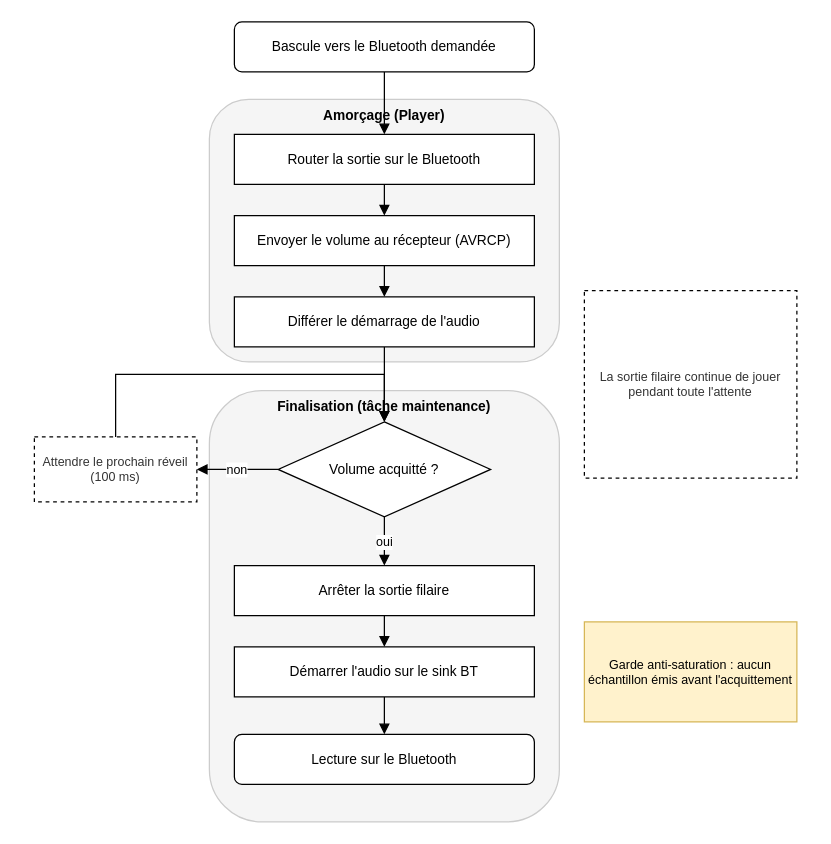
Above: assets/figures/Bascule_bluetooth.drawio in dossantosyann/TB2026-YDS-Report (draw.io), before the change. Source tidied: cells renumbered, new cells numbered last; positions are measured from the earlier drawing's top-left corner, leaving out a move shared by most shapes. Both pictures are drawn from the tidied source at 125%, with x=0, y=0 at pixel (34, 21).
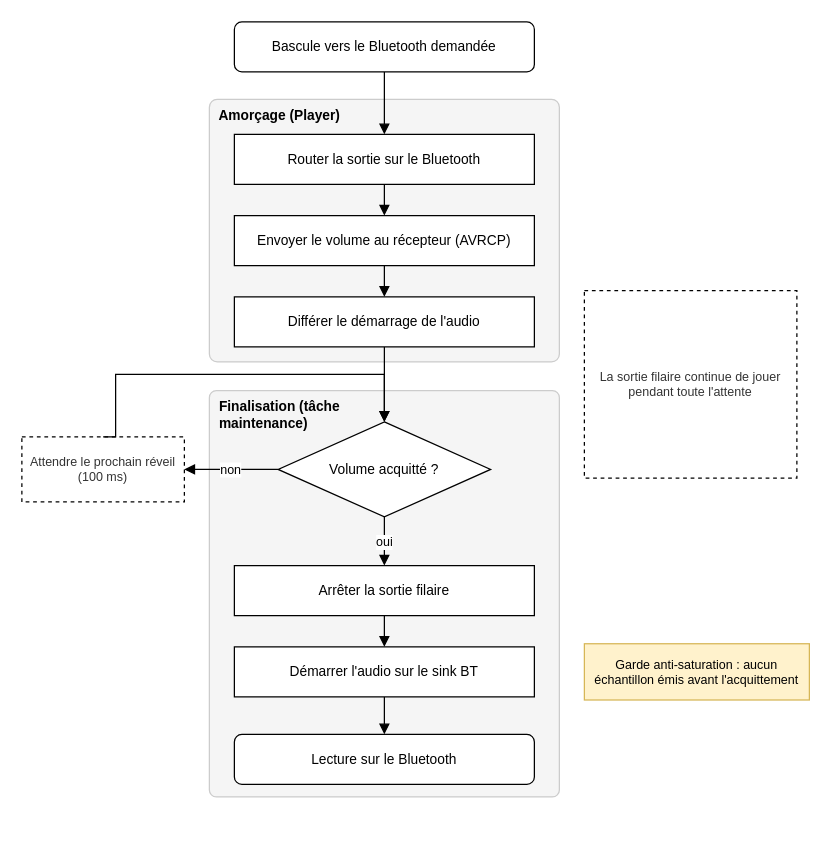
Above is the later version.

Commit message:
Mettre à jour Bascule_bluetooth.drawio

Diff of the diagram source:
```diff
@@
-    <mxCell id="2" value="Amorçage (Player)" style="rounded=1;whiteSpace=wrap;html=1;fillColor=#f5f5f5;strokeColor=#cccccc;verticalAlign=top;fontStyle=1;fontSize=11;" parent="1" vertex="1">
+    <mxCell id="2" value="&lt;div align=&quot;left&quot;&gt;&amp;nbsp; Amorçage (Player)&lt;/div&gt;" style="rounded=1;whiteSpace=wrap;html=1;fillColor=#f5f5f5;strokeColor=#cccccc;verticalAlign=top;fontStyle=1;fontSize=11;arcSize=3;align=left;" parent="1" vertex="1">
       <mxGeometry x="140" y="62" width="280" height="210" as="geometry" />
     </mxCell>
-    <mxCell id="3" value="Finalisation (tâche maintenance)" style="rounded=1;whiteSpace=wrap;html=1;fillColor=#f5f5f5;strokeColor=#cccccc;verticalAlign=top;fontStyle=1;fontSize=11;" parent="1" vertex="1">
-      <mxGeometry x="140" y="295" width="280" height="345" as="geometry" />
+    <mxCell id="3" value="&lt;div align=&quot;left&quot;&gt;&amp;nbsp; Finalisation (tâche&amp;nbsp;&lt;/div&gt;&lt;div align=&quot;left&quot;&gt;&amp;nbsp; maintenance)&lt;/div&gt;" style="rounded=1;whiteSpace=wrap;html=1;fillColor=#f5f5f5;strokeColor=#cccccc;verticalAlign=top;fontStyle=1;fontSize=11;arcSize=2;align=left;" parent="1" vertex="1">
+      <mxGeometry x="140" y="295" width="280" height="325" as="geometry" />
     </mxCell>
@@
     <mxCell id="9" value="Attendre le prochain réveil (100 ms)" style="rounded=0;whiteSpace=wrap;html=1;dashed=1;fillColor=none;fontSize=10;fontColor=#333333;" parent="1" vertex="1">
-      <mxGeometry y="332" width="130" height="52" as="geometry" />
+      <mxGeometry x="-10" y="332" width="130" height="52" as="geometry" />
     </mxCell>
@@
     <mxCell id="14" value="Garde anti-saturation : aucun échantillon émis avant l'acquittement" style="rounded=0;whiteSpace=wrap;html=1;fillColor=#fff2cc;strokeColor=#d6b656;fontSize=10;" parent="1" vertex="1">
-      <mxGeometry x="440" y="480" width="170" height="80" as="geometry" />
+      <mxGeometry x="440" y="497.5" width="180" height="45" as="geometry" />
     </mxCell>
```
